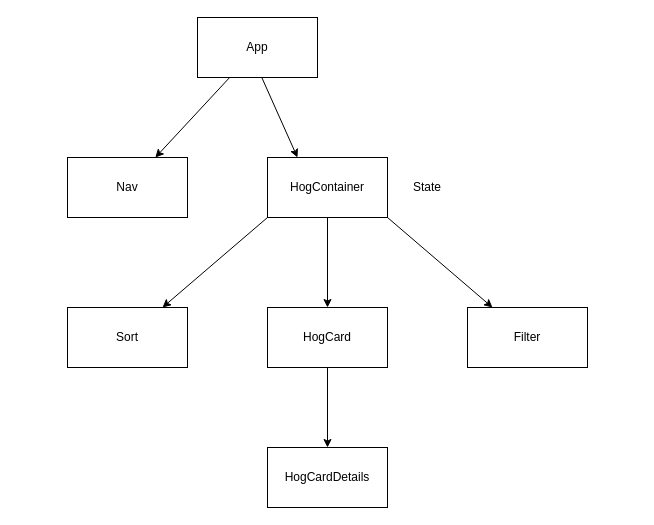
Before: src/Hierarchy.drawio in clambiase08/react-hooks-hogwild, a draw.io diagram. Source tidied: cells renumbered, new cells numbered last; positions are measured from the earlier drawing's top-left corner, leaving out a move shared by most shapes. Both pictures are drawn from the tidied source at 100%, with x=0, y=0 at pixel (67, 17).
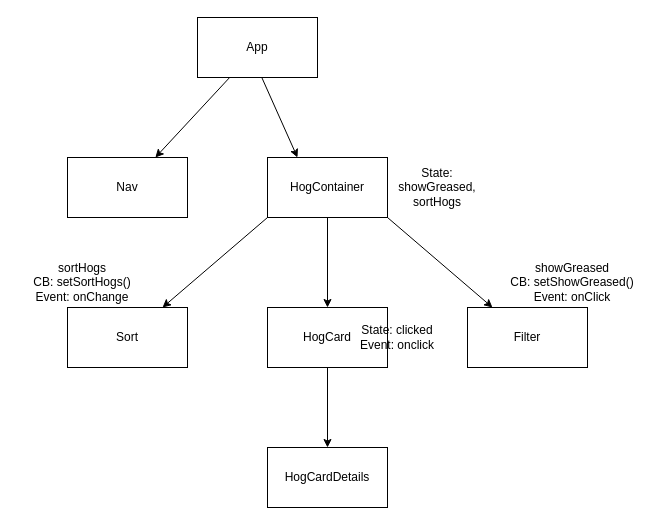
Above is the later version.

Diff of the diagram source:
```diff
@@
 <mxGraphModel>
   <root>
     <mxCell id="0" />
     <mxCell id="1" parent="0" />
     <mxCell id="2" style="edgeStyle=none;html=1;" parent="1" edge="1" source="3" target="4">
       <mxGeometry relative="1" as="geometry" />
     </mxCell>
     <mxCell id="3" value="App" style="whiteSpace=wrap;html=1;" parent="1" vertex="1">
       <mxGeometry x="130" width="120" height="60" as="geometry" />
     </mxCell>
     <mxCell id="4" value="Nav" style="whiteSpace=wrap;html=1;" parent="1" vertex="1">
       <mxGeometry y="140" width="120" height="60" as="geometry" />
     </mxCell>
     <mxCell id="5" style="edgeStyle=none;html=1;" parent="1" edge="1" source="6" target="11">
       <mxGeometry relative="1" as="geometry" />
     </mxCell>
     <mxCell id="6" value="HogContainer" style="whiteSpace=wrap;html=1;" parent="1" vertex="1">
       <mxGeometry x="200" y="140" width="120" height="60" as="geometry" />
     </mxCell>
     <mxCell id="7" style="edgeStyle=none;html=1;entryX=0.25;entryY=0;entryDx=0;entryDy=0;" parent="1" edge="1" target="6">
       <mxGeometry relative="1" as="geometry">
         <mxPoint x="194.3" y="60" as="sourcePoint" />
       </mxGeometry>
     </mxCell>
     <mxCell id="8" style="edgeStyle=none;html=1;exitX=1;exitY=1;exitDx=0;exitDy=0;" parent="1" edge="1" source="6" target="12">
       <mxGeometry relative="1" as="geometry" />
     </mxCell>
     <mxCell id="9" style="edgeStyle=none;html=1;" parent="1" edge="1" source="11" target="14">
       <mxGeometry relative="1" as="geometry" />
     </mxCell>
     <mxCell id="10" style="edgeStyle=none;html=1;exitX=0;exitY=1;exitDx=0;exitDy=0;" parent="1" edge="1" source="6" target="15">
       <mxGeometry relative="1" as="geometry" />
     </mxCell>
     <mxCell id="11" value="HogCard" style="whiteSpace=wrap;html=1;" parent="1" vertex="1">
       <mxGeometry x="200" y="290" width="120" height="60" as="geometry" />
     </mxCell>
     <mxCell id="12" value="Filter" style="whiteSpace=wrap;html=1;" parent="1" vertex="1">
       <mxGeometry x="400" y="290" width="120" height="60" as="geometry" />
     </mxCell>
-    <mxCell id="13" value="State" style="text;strokeColor=none;align=center;fillColor=none;html=1;verticalAlign=middle;whiteSpace=wrap;rounded=0;" parent="1" vertex="1">
-      <mxGeometry x="330" y="155" width="60" height="30" as="geometry" />
+    <mxCell id="13" value="State: showGreased, sortHogs" style="text;strokeColor=none;align=center;fillColor=none;html=1;verticalAlign=middle;whiteSpace=wrap;rounded=0;" parent="1" vertex="1">
+      <mxGeometry x="340" y="155" width="60" height="30" as="geometry" />
     </mxCell>
     <mxCell id="14" value="HogCardDetails" style="whiteSpace=wrap;html=1;" parent="1" vertex="1">
       <mxGeometry x="200" y="430" width="120" height="60" as="geometry" />
     </mxCell>
     <mxCell id="15" value="Sort" style="whiteSpace=wrap;html=1;" parent="1" vertex="1">
       <mxGeometry y="290" width="120" height="60" as="geometry" />
     </mxCell>
+    <mxCell id="16" value="showGreased&lt;br&gt;CB: setShowGreased()&lt;br&gt;Event: onClick" style="text;strokeColor=none;align=center;fillColor=none;html=1;verticalAlign=middle;whiteSpace=wrap;rounded=0;" parent="1" vertex="1">
+      <mxGeometry x="440" y="250" width="130" height="30" as="geometry" />
+    </mxCell>
+    <mxCell id="17" value="sortHogs&lt;br&gt;CB: setSortHogs()&lt;br&gt;Event: onChange" style="text;strokeColor=none;align=center;fillColor=none;html=1;verticalAlign=middle;whiteSpace=wrap;rounded=0;" parent="1" vertex="1">
+      <mxGeometry x="-50" y="250" width="130" height="30" as="geometry" />
+    </mxCell>
+    <mxCell id="18" value="State: clicked&lt;br&gt;Event: onclick" style="text;strokeColor=none;align=center;fillColor=none;html=1;verticalAlign=middle;whiteSpace=wrap;rounded=0;" parent="1" vertex="1">
+      <mxGeometry x="285" y="305" width="90" height="30" as="geometry" />
+    </mxCell>
   </root>
 </mxGraphModel>
```
